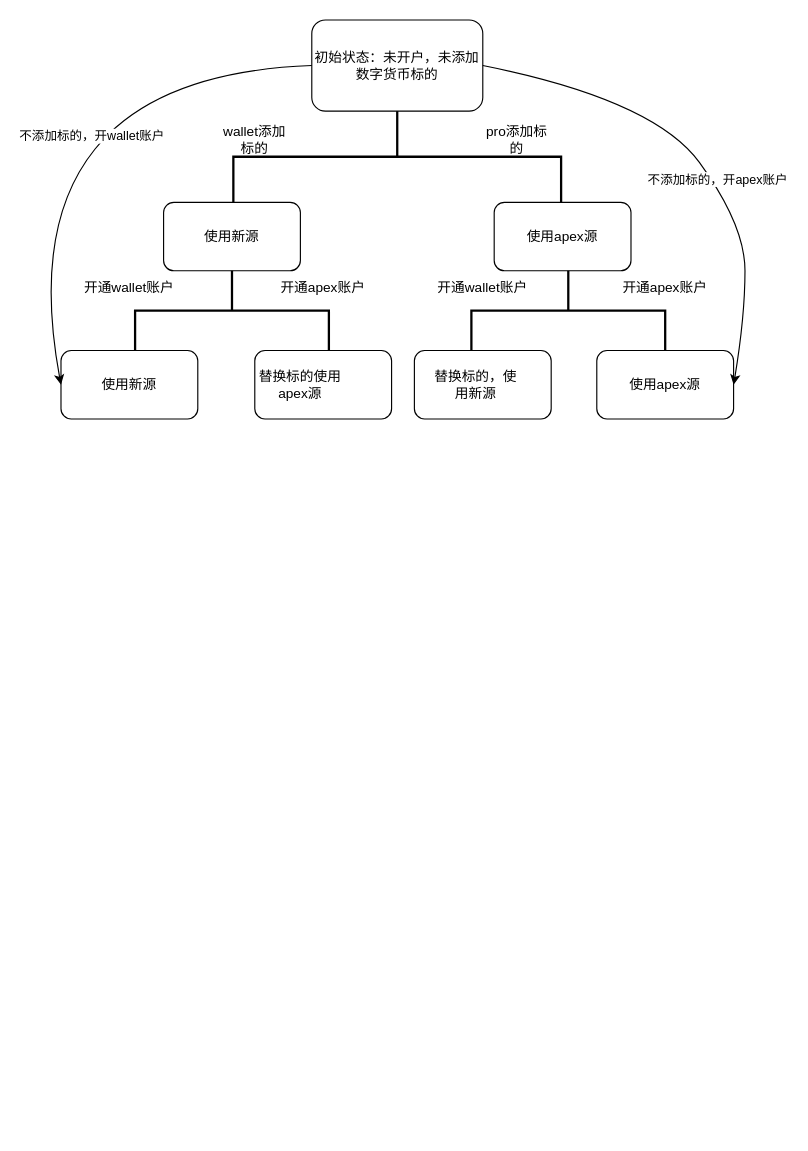
This is 未命名绘图.drawio from Hia-Hia/A-note, a draw.io file, before an edit. Source tidied: cells renumbered, new cells numbered last; positions are measured from the earlier drawing's top-left corner, leaving out a move shared by most shapes. Both pictures are drawn from the tidied source at 114%, with x=0, y=0 at pixel (3, 19).
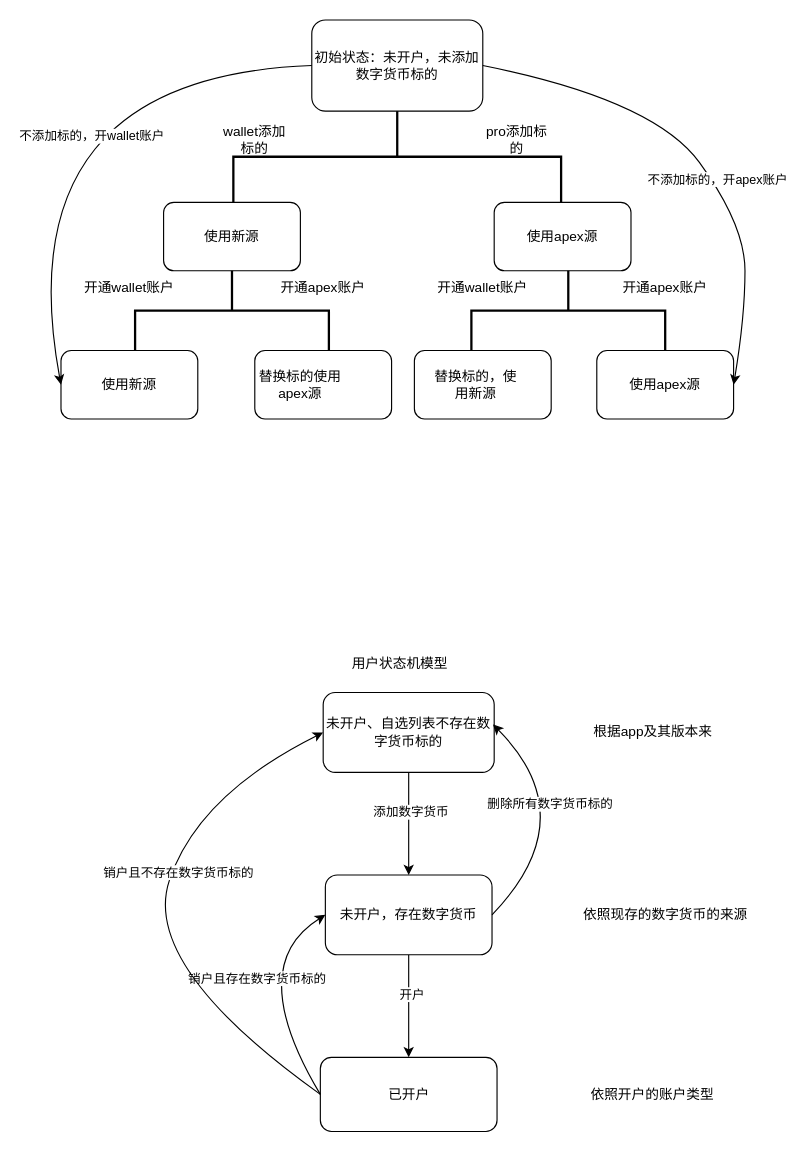
The same page after the edit.

Commit message:
更新未命名绘图.drawio

Change to the diagram source:
```diff
@@
+    <mxCell id="28" style="edgeStyle=orthogonalEdgeStyle;rounded=0;jettySize=auto;html=1;" parent="1" edge="1" source="30" target="34">
+      <mxGeometry relative="1" as="geometry" />
+    </mxCell>
+    <mxCell id="29" value="添加数字货币" style="edgeLabel;html=1;align=center;verticalAlign=middle;" parent="28" vertex="1">
+      <mxGeometry x="-0.25" y="1" relative="1" as="geometry" />
+    </mxCell>
+    <mxCell id="30" value="未开户、自选列表不存在数字货币标的" style="rounded=1;whiteSpace=wrap;html=1;" parent="1" vertex="1">
+      <mxGeometry x="280" y="590" width="150" height="70" as="geometry" />
+    </mxCell>
+    <mxCell id="31" value="用户状态机模型" style="text;html=1;strokeColor=none;fillColor=none;align=center;verticalAlign=middle;whiteSpace=wrap;rounded=0;" parent="1" vertex="1">
+      <mxGeometry x="300" y="550" width="95" height="30" as="geometry" />
+    </mxCell>
+    <mxCell id="32" style="edgeStyle=orthogonalEdgeStyle;rounded=0;jettySize=auto;html=1;" parent="1" edge="1" source="34" target="35">
+      <mxGeometry relative="1" as="geometry" />
+    </mxCell>
+    <mxCell id="33" value="开户" style="edgeLabel;html=1;align=center;verticalAlign=middle;" parent="32" vertex="1">
+      <mxGeometry x="-0.26" y="2" relative="1" as="geometry">
+        <mxPoint y="1" as="offset" />
+      </mxGeometry>
+    </mxCell>
+    <mxCell id="34" value="未开户，存在数字货币" style="whiteSpace=wrap;html=1;rounded=1;" parent="1" vertex="1">
+      <mxGeometry x="281.9" y="750" width="146.2" height="70" as="geometry" />
+    </mxCell>
+    <mxCell id="35" value="已开户" style="whiteSpace=wrap;html=1;rounded=1;" parent="1" vertex="1">
+      <mxGeometry x="277.5" y="910" width="155" height="65" as="geometry" />
+    </mxCell>
+    <mxCell id="36" value="根据app及其版本来" style="text;html=1;strokeColor=none;fillColor=none;align=center;verticalAlign=middle;whiteSpace=wrap;rounded=0;" parent="1" vertex="1">
+      <mxGeometry x="479.4" y="610" width="181.2" height="30" as="geometry" />
+    </mxCell>
+    <mxCell id="37" value="依照现存的数字货币的来源" style="text;html=1;strokeColor=none;fillColor=none;align=center;verticalAlign=middle;whiteSpace=wrap;rounded=0;" parent="1" vertex="1">
+      <mxGeometry x="489.5" y="770" width="181" height="30" as="geometry" />
+    </mxCell>
+    <mxCell id="38" value="依照开户的账户类型" style="text;html=1;strokeColor=none;fillColor=none;align=center;verticalAlign=middle;whiteSpace=wrap;rounded=0;" parent="1" vertex="1">
+      <mxGeometry x="488.8" y="927.5" width="160" height="30" as="geometry" />
+    </mxCell>
+    <mxCell id="39" style="curved=1;endArrow=classic;html=1;rounded=0;entryX=0.993;entryY=0.4;entryDx=0;entryDy=0;entryPerimeter=0;exitX=1;exitY=0.5;exitDx=0;exitDy=0;" parent="1" edge="1" source="34" target="30">
+      <mxGeometry relative="1" as="geometry">
+        <Array as="points">
+          <mxPoint x="510" y="700" />
+        </Array>
+      </mxGeometry>
+    </mxCell>
+    <mxCell id="40" value="删除所有数字货币标的" style="edgeLabel;html=1;align=center;verticalAlign=middle;" parent="39" vertex="1">
+      <mxGeometry x="0.28" y="14" relative="1" as="geometry" />
+    </mxCell>
+    <mxCell id="41" style="curved=1;endArrow=classic;html=1;rounded=0;exitX=0;exitY=0.5;exitDx=0;exitDy=0;entryX=0;entryY=0.5;entryDx=0;entryDy=0;" parent="1" edge="1" source="35" target="34">
+      <mxGeometry relative="1" as="geometry">
+        <Array as="points">
+          <mxPoint x="210" y="830" />
+        </Array>
+      </mxGeometry>
+    </mxCell>
+    <mxCell id="42" value="销户且存在数字货币标的" style="edgeLabel;html=1;align=center;verticalAlign=middle;" parent="41" vertex="1">
+      <mxGeometry x="0.25" y="-15" relative="1" as="geometry" />
+    </mxCell>
+    <mxCell id="43" style="curved=1;endArrow=classic;html=1;rounded=0;exitX=0;exitY=0.5;exitDx=0;exitDy=0;entryX=0;entryY=0.5;entryDx=0;entryDy=0;" parent="1" edge="1" source="35" target="30">
+      <mxGeometry relative="1" as="geometry">
+        <Array as="points">
+          <mxPoint x="120" y="830" />
+          <mxPoint x="170" y="680" />
+        </Array>
+      </mxGeometry>
+    </mxCell>
+    <mxCell id="44" value="销户且不存在数字货币标的" style="edgeLabel;html=1;align=center;verticalAlign=middle;" parent="43" vertex="1">
+      <mxGeometry x="0.19" y="-5" relative="1" as="geometry" />
+    </mxCell>
```
